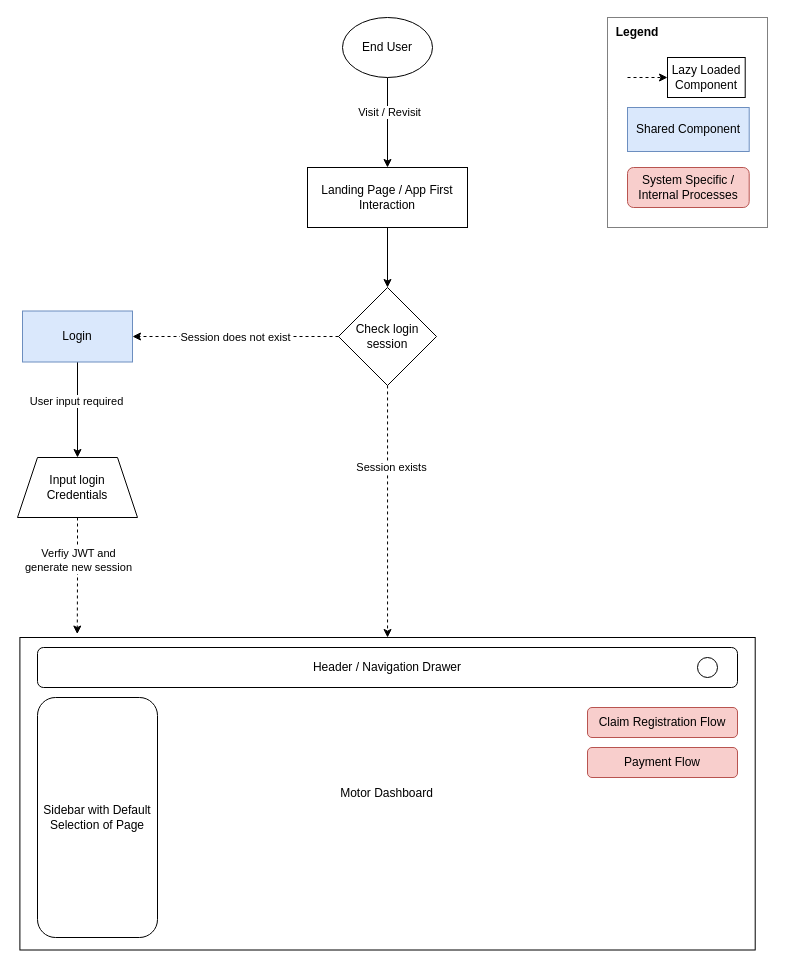
Earlier version of the draw.io diagram front end.drawio (aashishinvy/nhcx). Source tidied: cells renumbered, new cells numbered last; positions are measured from the earlier drawing's top-left corner, leaving out a move shared by most shapes. Both pictures are drawn from the tidied source at 100%, with x=0, y=0 at pixel (17, 17).
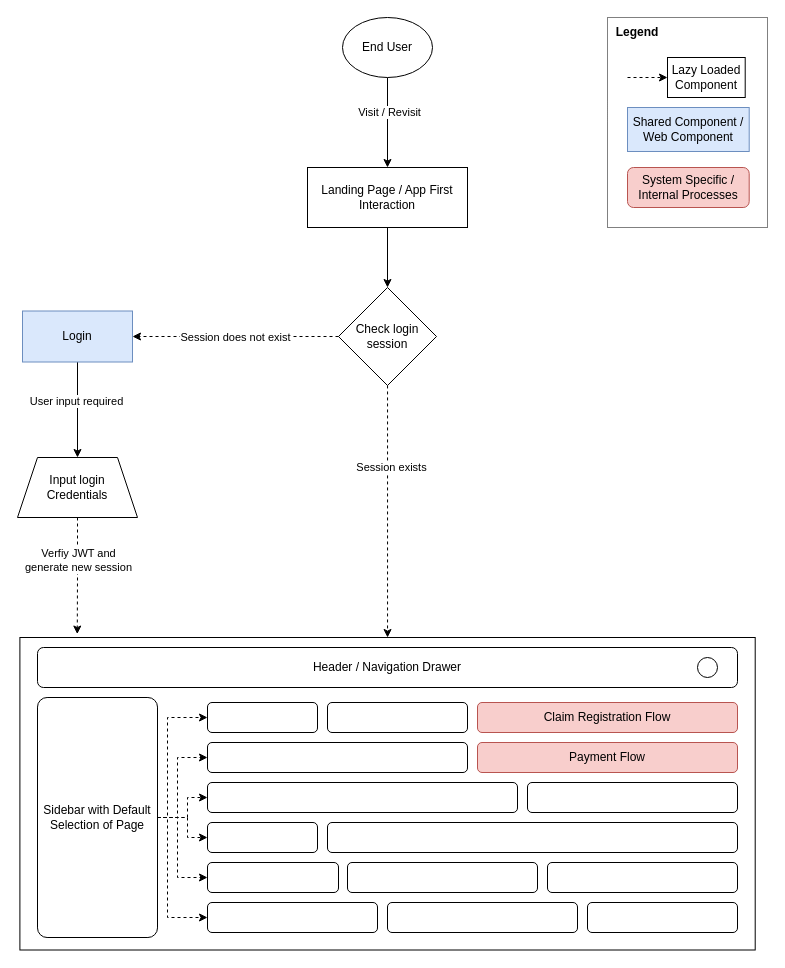
After the change.

Change to the diagram source:
```diff
@@
-    <mxCell id="13" value="Motor Dashboard" style="rounded=0;whiteSpace=wrap;html=1;" parent="1" vertex="1">
+    <mxCell id="13" style="rounded=0;whiteSpace=wrap;html=1;" parent="1" vertex="1">
       <mxGeometry x="2.4" y="620" width="735.3" height="312.5" as="geometry" />
     </mxCell>
@@
+    <mxCell id="30" style="edgeStyle=orthogonalEdgeStyle;rounded=0;jettySize=auto;html=1;entryX=0;entryY=0.5;entryDx=0;entryDy=0;dashed=1;" parent="1" edge="1" source="20" target="37">
+      <mxGeometry relative="1" as="geometry">
+        <Array as="points">
+          <mxPoint x="150" y="800" />
+          <mxPoint x="150" y="700" />
+        </Array>
+      </mxGeometry>
+    </mxCell>
+    <mxCell id="31" style="edgeStyle=orthogonalEdgeStyle;rounded=0;jettySize=auto;html=1;entryX=0;entryY=0.5;entryDx=0;entryDy=0;dashed=1;" parent="1" edge="1" source="20" target="38">
+      <mxGeometry relative="1" as="geometry">
+        <Array as="points">
+          <mxPoint x="160" y="800" />
+          <mxPoint x="160" y="740" />
+        </Array>
+      </mxGeometry>
+    </mxCell>
+    <mxCell id="32" style="edgeStyle=orthogonalEdgeStyle;rounded=0;jettySize=auto;html=1;entryX=0;entryY=0.5;entryDx=0;entryDy=0;dashed=1;" parent="1" edge="1" source="20" target="39">
+      <mxGeometry relative="1" as="geometry">
+        <Array as="points">
+          <mxPoint x="170" y="800" />
+          <mxPoint x="170" y="780" />
+        </Array>
+      </mxGeometry>
+    </mxCell>
+    <mxCell id="33" style="edgeStyle=orthogonalEdgeStyle;rounded=0;jettySize=auto;html=1;entryX=0;entryY=0.5;entryDx=0;entryDy=0;dashed=1;" parent="1" edge="1" source="20" target="44">
+      <mxGeometry relative="1" as="geometry">
+        <Array as="points">
+          <mxPoint x="150" y="800" />
+          <mxPoint x="150" y="900" />
+        </Array>
+      </mxGeometry>
+    </mxCell>
+    <mxCell id="34" style="edgeStyle=orthogonalEdgeStyle;rounded=0;jettySize=auto;html=1;entryX=0;entryY=0.5;entryDx=0;entryDy=0;dashed=1;" parent="1" edge="1" source="20" target="48">
+      <mxGeometry relative="1" as="geometry">
+        <Array as="points">
+          <mxPoint x="160" y="800" />
+          <mxPoint x="160" y="860" />
+        </Array>
+      </mxGeometry>
+    </mxCell>
+    <mxCell id="35" style="edgeStyle=orthogonalEdgeStyle;rounded=0;jettySize=auto;html=1;entryX=0;entryY=0.5;entryDx=0;entryDy=0;dashed=1;" parent="1" edge="1" source="20" target="42">
+      <mxGeometry relative="1" as="geometry">
+        <Array as="points">
+          <mxPoint x="170" y="800" />
+          <mxPoint x="170" y="820" />
+        </Array>
+      </mxGeometry>
+    </mxCell>
-    <mxCell id="20" value="Sidebar with Default Selection of Page" style="rounded=1;whiteSpace=wrap;html=1;" parent="1" vertex="1">
+    <mxCell id="20" value="Sidebar with Default Selection of Page" style="rounded=1;whiteSpace=wrap;html=1;arcSize=8;" parent="1" vertex="1">
       <mxGeometry x="20" y="680" width="120" height="240" as="geometry" />
     </mxCell>
@@
     <mxCell id="23" value="Claim Registration Flow" style="rounded=1;whiteSpace=wrap;html=1;fillColor=#f8cecc;strokeColor=#b85450;" parent="1" vertex="1">
-      <mxGeometry x="570" y="690" width="150" height="30" as="geometry" />
+      <mxGeometry x="460" y="685" width="260" height="30" as="geometry" />
     </mxCell>
@@
-    <mxCell id="27" value="Shared Component" style="rounded=0;whiteSpace=wrap;html=1;fillColor=#dae8fc;strokeColor=#6c8ebf;" parent="1" vertex="1">
+    <mxCell id="27" value="Shared Component / Web Component" style="rounded=0;whiteSpace=wrap;html=1;fillColor=#dae8fc;strokeColor=#6c8ebf;" parent="1" vertex="1">
       <mxGeometry x="610" y="90" width="121.7" height="44" as="geometry" />
     </mxCell>
     <mxCell id="28" value="Payment Flow" style="rounded=1;whiteSpace=wrap;html=1;fillColor=#f8cecc;strokeColor=#b85450;" parent="1" vertex="1">
-      <mxGeometry x="570" y="730" width="150" height="30" as="geometry" />
+      <mxGeometry x="460" y="725" width="260" height="30" as="geometry" />
     </mxCell>
@@
+    <mxCell id="36" style="rounded=1;whiteSpace=wrap;html=1;" parent="1" vertex="1">
+      <mxGeometry x="310" y="685" width="140" height="30" as="geometry" />
+    </mxCell>
+    <mxCell id="37" style="rounded=1;whiteSpace=wrap;html=1;" parent="1" vertex="1">
+      <mxGeometry x="190" y="685" width="110" height="30" as="geometry" />
+    </mxCell>
+    <mxCell id="38" style="rounded=1;whiteSpace=wrap;html=1;" parent="1" vertex="1">
+      <mxGeometry x="190" y="725" width="260" height="30" as="geometry" />
+    </mxCell>
+    <mxCell id="39" style="rounded=1;whiteSpace=wrap;html=1;" parent="1" vertex="1">
+      <mxGeometry x="190" y="765" width="310" height="30" as="geometry" />
+    </mxCell>
+    <mxCell id="40" style="rounded=1;whiteSpace=wrap;html=1;" parent="1" vertex="1">
+      <mxGeometry x="510" y="765" width="210" height="30" as="geometry" />
+    </mxCell>
+    <mxCell id="41" style="rounded=1;whiteSpace=wrap;html=1;" parent="1" vertex="1">
+      <mxGeometry x="310" y="805" width="410" height="30" as="geometry" />
+    </mxCell>
+    <mxCell id="42" style="rounded=1;whiteSpace=wrap;html=1;" parent="1" vertex="1">
+      <mxGeometry x="190" y="805" width="110" height="30" as="geometry" />
+    </mxCell>
+    <mxCell id="43" style="rounded=1;whiteSpace=wrap;html=1;" parent="1" vertex="1">
+      <mxGeometry x="370" y="885" width="190" height="30" as="geometry" />
+    </mxCell>
+    <mxCell id="44" style="rounded=1;whiteSpace=wrap;html=1;" parent="1" vertex="1">
+      <mxGeometry x="190" y="885" width="170" height="30" as="geometry" />
+    </mxCell>
+    <mxCell id="45" style="rounded=1;whiteSpace=wrap;html=1;" parent="1" vertex="1">
+      <mxGeometry x="570" y="885" width="150" height="30" as="geometry" />
+    </mxCell>
+    <mxCell id="46" style="rounded=1;whiteSpace=wrap;html=1;" parent="1" vertex="1">
+      <mxGeometry x="530" y="845" width="190" height="30" as="geometry" />
+    </mxCell>
+    <mxCell id="47" style="rounded=1;whiteSpace=wrap;html=1;" parent="1" vertex="1">
+      <mxGeometry x="330" y="845" width="190" height="30" as="geometry" />
+    </mxCell>
+    <mxCell id="48" style="rounded=1;whiteSpace=wrap;html=1;" parent="1" vertex="1">
+      <mxGeometry x="190" y="845" width="131" height="30" as="geometry" />
+    </mxCell>
```
